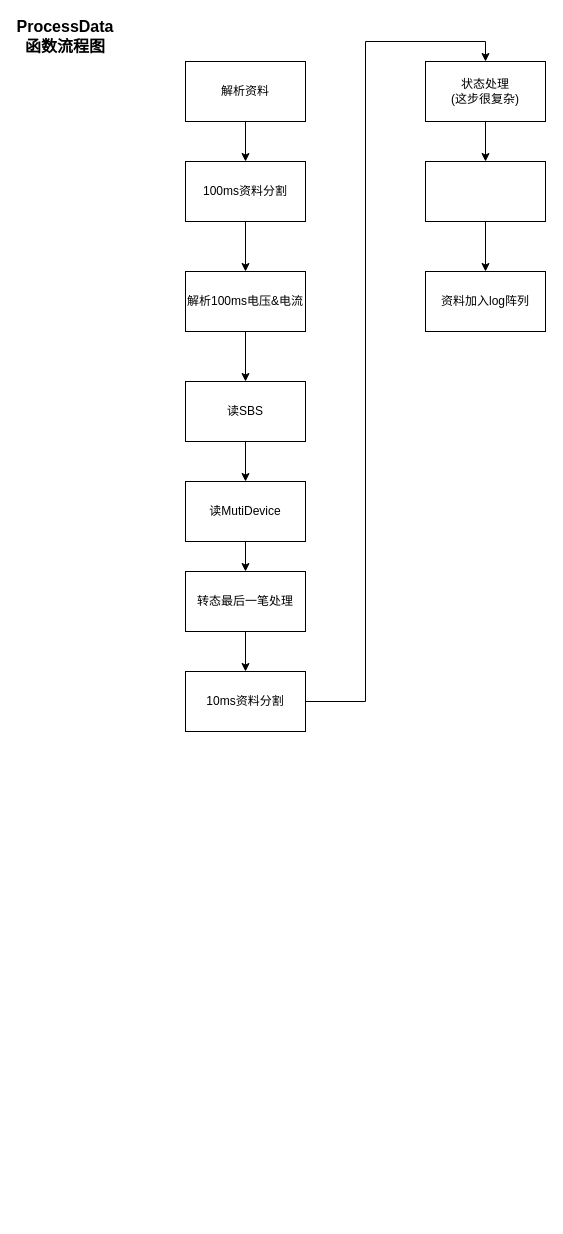
JackGeminiKu/Diagrams keeps this draw.io diagram as page "ProcessData()" (5 of 6) of L720.drawio. Above is the earlier version. Source tidied: cells renumbered, new cells numbered last; positions are measured from the earlier drawing's top-left corner, leaving out a move shared by most shapes. Both pictures are drawn from the tidied source at 100%, with x=0, y=0 at pixel (35, 21).
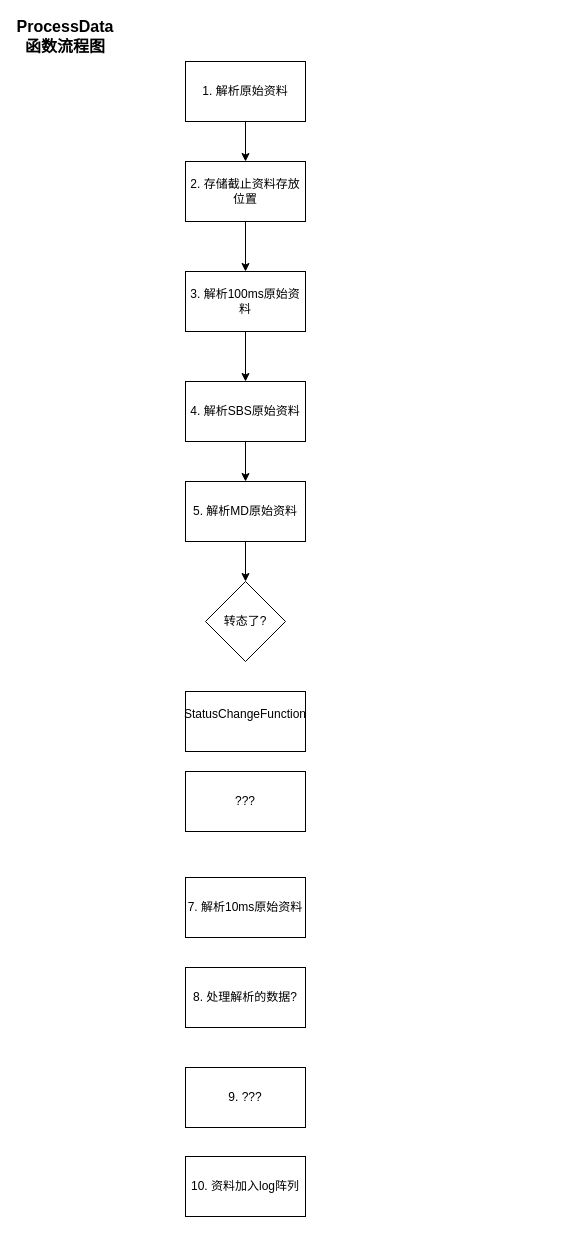
After the change.

What changed in the source:
```diff
@@
-    <mxCell id="3" value="&lt;div&gt;解析资料&lt;/div&gt;" style="rounded=0;whiteSpace=wrap;html=1;" parent="1" vertex="1">
+    <mxCell id="3" value="1. 解析原始资料" style="rounded=0;whiteSpace=wrap;html=1;" parent="1" vertex="1">
       <mxGeometry x="150" y="40" width="120" height="60" as="geometry" />
     </mxCell>
@@
-    <mxCell id="5" value="100ms资料分割" style="rounded=0;whiteSpace=wrap;html=1;" parent="1" vertex="1">
+    <mxCell id="5" value="2. 存储截止资料存放位置" style="rounded=0;whiteSpace=wrap;html=1;" parent="1" vertex="1">
       <mxGeometry x="150" y="140" width="120" height="60" as="geometry" />
     </mxCell>
@@
-    <mxCell id="7" value="解析100ms电压&amp;amp;电流" style="rounded=0;whiteSpace=wrap;html=1;" parent="1" vertex="1">
+    <mxCell id="7" value="&lt;div&gt;3. 解析100ms原始资料&lt;/div&gt;" style="rounded=0;whiteSpace=wrap;html=1;" parent="1" vertex="1">
       <mxGeometry x="150" y="250" width="120" height="60" as="geometry" />
     </mxCell>
@@
-    <mxCell id="9" value="读SBS" style="rounded=0;whiteSpace=wrap;html=1;" parent="1" vertex="1">
+    <mxCell id="9" value="&lt;div&gt;4. 解析SBS原始资料&lt;/div&gt;" style="rounded=0;whiteSpace=wrap;html=1;" parent="1" vertex="1">
       <mxGeometry x="150" y="360" width="120" height="60" as="geometry" />
     </mxCell>
-    <mxCell id="10" style="edgeStyle=orthogonalEdgeStyle;rounded=0;jettySize=auto;html=1;" parent="1" edge="1" source="11" target="13">
-      <mxGeometry relative="1" as="geometry" />
-    </mxCell>
+    <mxCell id="22" style="edgeStyle=orthogonalEdgeStyle;rounded=0;jettySize=auto;html=1;" parent="1" edge="1" source="11" target="23">
+      <mxGeometry relative="1" as="geometry" />
+    </mxCell>
-    <mxCell id="11" value="读MutiDevice" style="rounded=0;whiteSpace=wrap;html=1;" parent="1" vertex="1">
+    <mxCell id="11" value="5. 解析MD原始资料" style="rounded=0;whiteSpace=wrap;html=1;" parent="1" vertex="1">
       <mxGeometry x="150" y="460" width="120" height="60" as="geometry" />
     </mxCell>
-    <mxCell id="12" style="edgeStyle=orthogonalEdgeStyle;rounded=0;jettySize=auto;html=1;" parent="1" edge="1" source="13" target="15">
-      <mxGeometry relative="1" as="geometry" />
-    </mxCell>
-    <mxCell id="13" value="转态最后一笔处理" style="rounded=0;whiteSpace=wrap;html=1;" parent="1" vertex="1">
-      <mxGeometry x="150" y="550" width="120" height="60" as="geometry" />
-    </mxCell>
-    <mxCell id="14" style="edgeStyle=orthogonalEdgeStyle;rounded=0;jettySize=auto;html=1;entryX=0.5;entryY=0;entryDx=0;entryDy=0;" parent="1" edge="1" source="15" target="17">
-      <mxGeometry relative="1" as="geometry" />
-    </mxCell>
-    <mxCell id="15" value="10ms资料分割" style="rounded=0;whiteSpace=wrap;html=1;" parent="1" vertex="1">
-      <mxGeometry x="150" y="650" width="120" height="60" as="geometry" />
-    </mxCell>
-    <mxCell id="16" style="edgeStyle=orthogonalEdgeStyle;rounded=0;jettySize=auto;html=1;" parent="1" edge="1" source="17" target="19">
-      <mxGeometry relative="1" as="geometry" />
-    </mxCell>
-    <mxCell id="17" value="&lt;div&gt;状态处理&lt;/div&gt;&lt;div&gt;(这步很复杂)&lt;br&gt;&lt;/div&gt;" style="rounded=0;whiteSpace=wrap;html=1;" parent="1" vertex="1">
-      <mxGeometry x="390" y="40" width="120" height="60" as="geometry" />
-    </mxCell>
-    <mxCell id="18" style="edgeStyle=orthogonalEdgeStyle;rounded=0;jettySize=auto;html=1;" parent="1" edge="1" source="19" target="20">
-      <mxGeometry relative="1" as="geometry" />
-    </mxCell>
-    <mxCell id="19" style="rounded=0;whiteSpace=wrap;html=1;" parent="1" vertex="1">
-      <mxGeometry x="390" y="140" width="120" height="60" as="geometry" />
-    </mxCell>
-    <mxCell id="20" value="&lt;div&gt;资料加入log阵列&lt;/div&gt;" style="rounded=0;whiteSpace=wrap;html=1;" parent="1" vertex="1">
-      <mxGeometry x="390" y="250" width="120" height="60" as="geometry" />
-    </mxCell>
@@
+    <mxCell id="23" value="转态了?" style="rhombus;whiteSpace=wrap;html=1;" parent="1" vertex="1">
+      <mxGeometry x="170" y="560" width="80" height="80" as="geometry" />
+    </mxCell>
+    <mxCell id="24" value="&lt;div&gt;StatusChangeFunction&lt;/div&gt;&lt;div&gt;&lt;br&gt;&lt;/div&gt;" style="rounded=0;whiteSpace=wrap;html=1;" parent="1" vertex="1">
+      <mxGeometry x="150" y="670" width="120" height="60" as="geometry" />
+    </mxCell>
+    <mxCell id="25" value="&lt;div&gt;7. 解析10ms原始资料&lt;/div&gt;" style="rounded=0;whiteSpace=wrap;html=1;" parent="1" vertex="1">
+      <mxGeometry x="150" y="856" width="120" height="60" as="geometry" />
+    </mxCell>
+    <mxCell id="26" value="8. 处理解析的数据?" style="rounded=0;whiteSpace=wrap;html=1;" parent="1" vertex="1">
+      <mxGeometry x="150" y="946" width="120" height="60" as="geometry" />
+    </mxCell>
+    <mxCell id="27" value="9. ???" style="rounded=0;whiteSpace=wrap;html=1;" parent="1" vertex="1">
+      <mxGeometry x="150" y="1046" width="120" height="60" as="geometry" />
+    </mxCell>
+    <mxCell id="28" value="10. 资料加入log阵列" style="rounded=0;whiteSpace=wrap;html=1;" parent="1" vertex="1">
+      <mxGeometry x="150" y="1135" width="120" height="60" as="geometry" />
+    </mxCell>
+    <mxCell id="29" value="???" style="rounded=0;whiteSpace=wrap;html=1;" parent="1" vertex="1">
+      <mxGeometry x="150" y="750" width="120" height="60" as="geometry" />
+    </mxCell>
```
